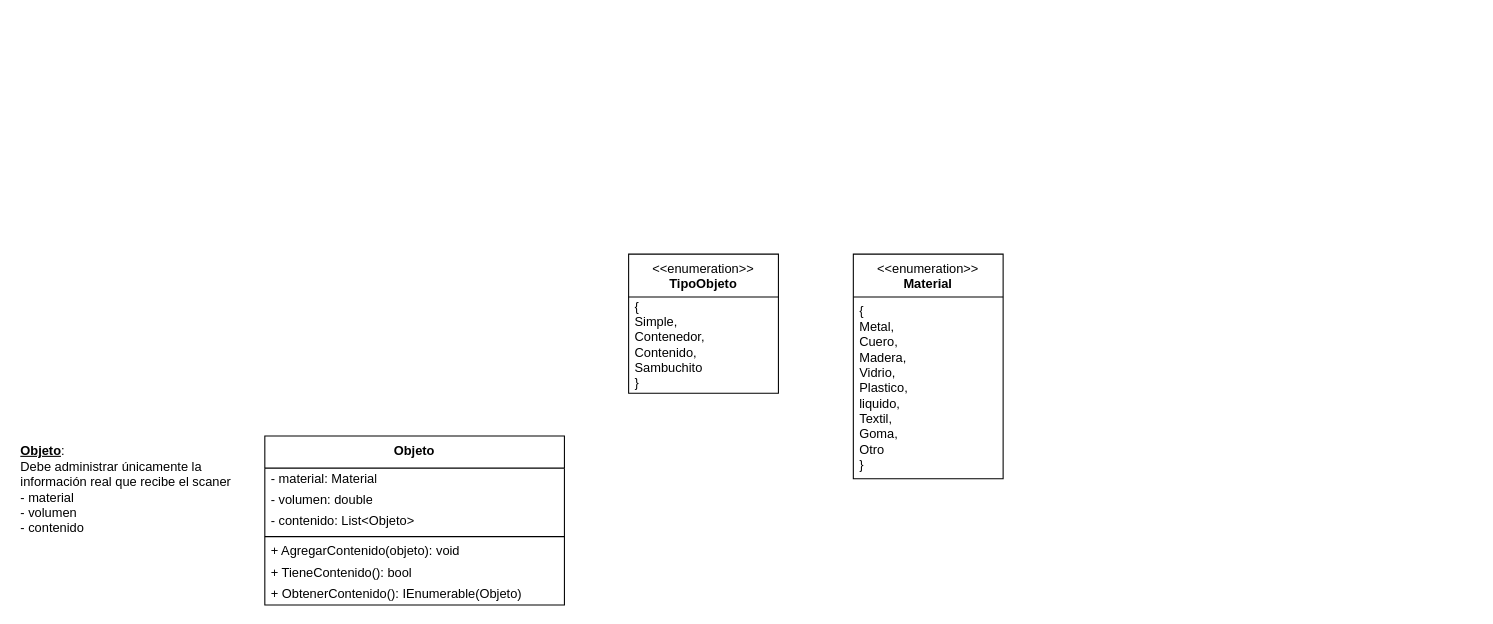
gastonjavierricchiardi/ejercicios-csharp-utn-2026 keeps this draw.io diagram as src/Guia01/EJ17/EJ16.dio. Above is the earlier version. Source tidied: cells renumbered, new cells numbered last; positions are measured from the earlier drawing's top-left corner, leaving out a move shared by most shapes. Both pictures are drawn from the tidied source at 107%, with x=0, y=0 at pixel (18, 254).
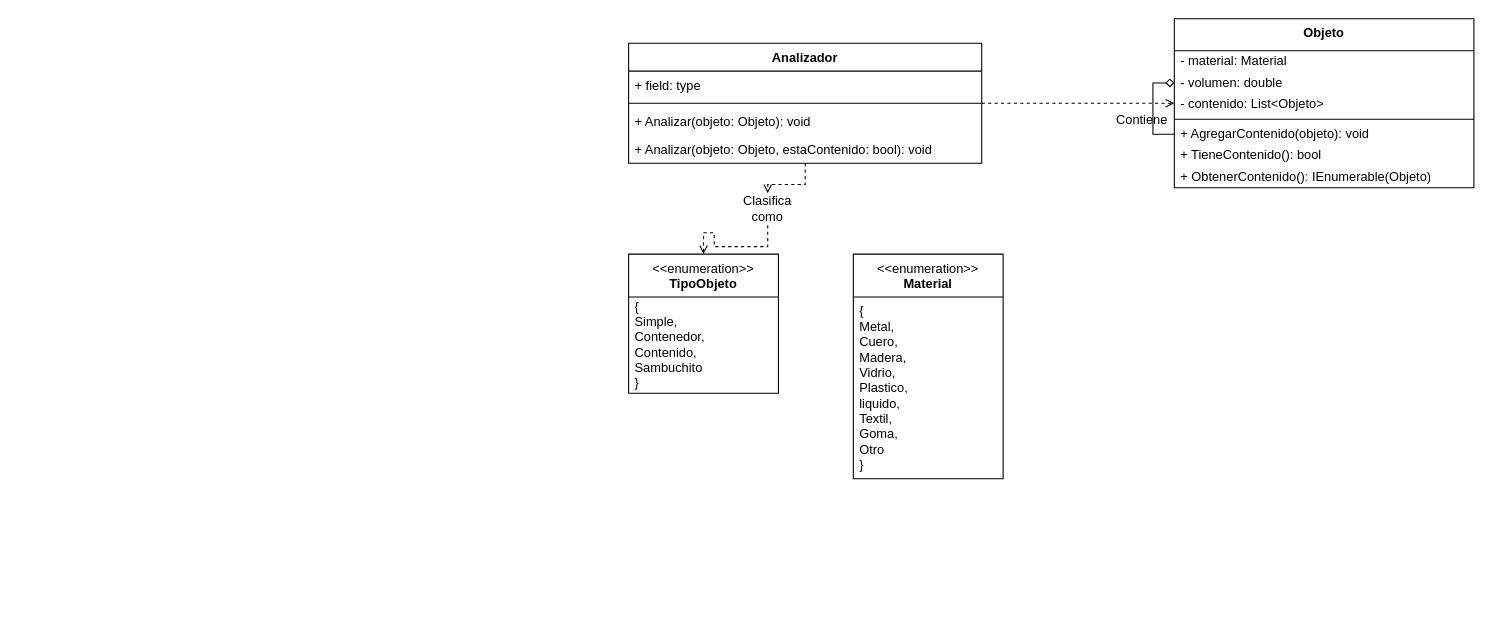
The same diagram, later.

Unchanged cells that the change refers to:
```xml
<mxCell id="4" value="- volumen: double" style="text;html=1;strokeColor=none;fillColor=none;align=left;verticalAlign=middle;spacingLeft=4;spacingRight=4;overflow=hidden;points=[[0,0.5],[1,0.5]];portConstraint=eastwest;whiteSpace=wrap;" parent="2" vertex="1">
  <mxGeometry y="50" width="280" height="20" as="geometry" />
</mxCell>
<mxCell id="7" value="+ AgregarContenido(objeto): void" style="text;html=1;strokeColor=none;fillColor=none;align=left;verticalAlign=middle;spacingLeft=4;spacingRight=4;overflow=hidden;points=[[0,0.5],[1,0.5]];portConstraint=eastwest;whiteSpace=wrap;" parent="2" vertex="1">
  <mxGeometry y="98" width="280" height="20" as="geometry" />
</mxCell>
<mxCell id="11" value="&amp;lt;&amp;lt;enumeration&amp;gt;&amp;gt;&lt;br&gt;&lt;b&gt;TipoObjeto&lt;/b&gt;" style="swimlane;fontStyle=0;align=center;verticalAlign=top;horizontal=1;startSize=40;html=1;whiteSpace=wrap;" parent="1" vertex="1">
  <mxGeometry x="570" width="140" height="130" as="geometry" />
</mxCell>
```

The edit, as a diff of the source:
```diff
@@
     <mxCell id="2" value="&lt;b&gt;Objeto&lt;/b&gt;" style="swimlane;fontStyle=0;align=center;verticalAlign=top;horizontal=1;startSize=30;html=1;whiteSpace=wrap;" parent="1" vertex="1">
-      <mxGeometry x="230" y="170" width="280" height="158" as="geometry" />
+      <mxGeometry x="1080" y="-220" width="280" height="158" as="geometry" />
     </mxCell>
@@
+    <mxCell id="15" style="edgeStyle=orthogonalEdgeStyle;rounded=0;jettySize=auto;html=1;entryX=0;entryY=0.5;entryDx=0;entryDy=0;endArrow=diamond;endFill=0;" parent="2" edge="1" source="7" target="4">
+      <mxGeometry relative="1" as="geometry" />
+    </mxCell>
@@
-    <mxCell id="10" value="&lt;b&gt;&lt;u&gt;Objeto&lt;/u&gt;&lt;/b&gt;:&lt;div&gt;Debe administrar únicamente la&lt;/div&gt;&lt;div&gt;información real que recibe el scaner&lt;/div&gt;&lt;div&gt;- material&lt;/div&gt;&lt;div&gt;- volumen&lt;/div&gt;&lt;div&gt;- contenido&lt;/div&gt;" style="text;html=1;align=left;verticalAlign=middle;strokeColor=none;fillColor=none;" parent="1" vertex="1">
-      <mxGeometry y="170" width="220" height="100" as="geometry" />
-    </mxCell>
@@
+    <mxCell id="16" style="edgeStyle=orthogonalEdgeStyle;rounded=0;jettySize=auto;html=1;dashed=1;endArrow=open;endFill=0;" parent="1" edge="1" source="18" target="2">
+      <mxGeometry relative="1" as="geometry" />
+    </mxCell>
+    <mxCell id="17" style="edgeStyle=orthogonalEdgeStyle;rounded=0;jettySize=auto;html=1;entryX=0.5;entryY=0;entryDx=0;entryDy=0;dashed=1;endArrow=open;endFill=0;" parent="1" edge="1" source="25" target="11">
+      <mxGeometry relative="1" as="geometry" />
+    </mxCell>
+    <mxCell id="18" value="Analizador" style="swimlane;fontStyle=1;align=center;verticalAlign=top;horizontal=1;startSize=26;whiteSpace=wrap;html=1;" parent="1" vertex="1">
+      <mxGeometry x="570" y="-197" width="330" height="112" as="geometry" />
+    </mxCell>
+    <mxCell id="19" value="+ field: type" style="text;strokeColor=none;fillColor=none;align=left;verticalAlign=top;spacingLeft=4;spacingRight=4;overflow=hidden;whiteSpace=wrap;html=1;" parent="18" vertex="1">
+      <mxGeometry y="26" width="330" height="26" as="geometry" />
+    </mxCell>
+    <mxCell id="20" style="line;strokeWidth=1;fillColor=none;align=left;verticalAlign=middle;spacingTop=-1;spacingLeft=3;spacingRight=3;labelPosition=right;strokeColor=inherit;" parent="18" vertex="1">
+      <mxGeometry y="52" width="330" height="8" as="geometry" />
+    </mxCell>
+    <mxCell id="21" value="+ Analizar(objeto: Objeto): void" style="text;strokeColor=none;fillColor=none;align=left;verticalAlign=top;spacingLeft=4;spacingRight=4;overflow=hidden;whiteSpace=wrap;html=1;" parent="18" vertex="1">
+      <mxGeometry y="60" width="330" height="26" as="geometry" />
+    </mxCell>
+    <mxCell id="22" value="+ Analizar(objeto: Objeto, estaContenido: bool): void" style="text;strokeColor=none;fillColor=none;align=left;verticalAlign=top;spacingLeft=4;spacingRight=4;overflow=hidden;whiteSpace=wrap;html=1;" parent="18" vertex="1">
+      <mxGeometry y="86" width="330" height="26" as="geometry" />
+    </mxCell>
+    <mxCell id="23" value="Contiene" style="text;html=1;whiteSpace=wrap;strokeColor=none;fillColor=none;align=center;verticalAlign=middle;rounded=0;" parent="1" vertex="1">
+      <mxGeometry x="1020" y="-140" width="60" height="30" as="geometry" />
+    </mxCell>
+    <mxCell id="24" style="edgeStyle=orthogonalEdgeStyle;rounded=0;jettySize=auto;html=1;entryX=0.5;entryY=0;entryDx=0;entryDy=0;dashed=1;endArrow=open;endFill=0;" parent="1" edge="1" source="18" target="25">
+      <mxGeometry relative="1" as="geometry" />
+    </mxCell>
+    <mxCell id="25" value="Clasifica como" style="text;html=1;whiteSpace=wrap;strokeColor=none;fillColor=none;align=center;verticalAlign=middle;rounded=0;" parent="1" vertex="1">
+      <mxGeometry x="670" y="-57" width="60" height="30" as="geometry" />
+    </mxCell>
```
